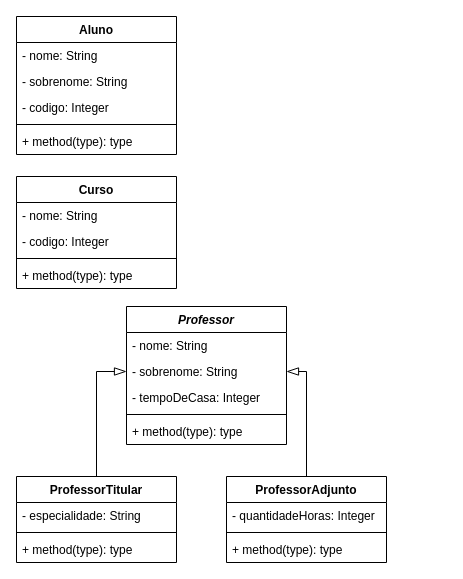
Earlier version of the draw.io diagram DesafioPOO-UML.drawio (diogenesistemas/DesafioPOO). Source tidied: cells renumbered, new cells numbered last; positions are measured from the earlier drawing's top-left corner, leaving out a move shared by most shapes. Both pictures are drawn from the tidied source at 100%, with x=0, y=0 at pixel (16, 16).
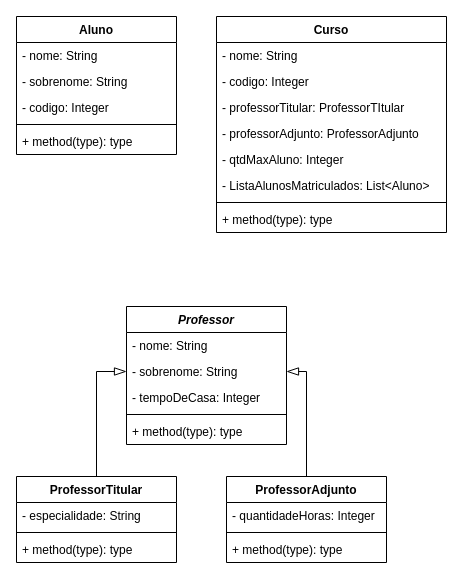
The same page after the edit.

Commit message:
Atualizando UML - Classe Aluno

The edit, as a diff of the source:
```diff
@@
     <mxCell id="8" value="Curso" style="swimlane;fontStyle=1;align=center;verticalAlign=top;horizontal=1;startSize=26;" parent="1" vertex="1">
-      <mxGeometry y="160" width="160" height="112" as="geometry" />
+      <mxGeometry x="200" width="230" height="216" as="geometry" />
     </mxCell>
     <mxCell id="9" value="- nome: String" style="text;strokeColor=none;fillColor=none;align=left;verticalAlign=top;spacingLeft=4;spacingRight=4;overflow=hidden;" parent="8" vertex="1">
-      <mxGeometry y="26" width="160" height="26" as="geometry" />
+      <mxGeometry y="26" width="230" height="26" as="geometry" />
     </mxCell>
     <mxCell id="10" value="- codigo: Integer" style="text;strokeColor=none;fillColor=none;align=left;verticalAlign=top;spacingLeft=4;spacingRight=4;overflow=hidden;" parent="8" vertex="1">
-      <mxGeometry y="52" width="160" height="26" as="geometry" />
+      <mxGeometry y="52" width="230" height="26" as="geometry" />
     </mxCell>
+    <mxCell id="29" value="- professorTitular: ProfessorTItular" style="text;strokeColor=none;fillColor=none;align=left;verticalAlign=top;spacingLeft=4;spacingRight=4;overflow=hidden;" parent="8" vertex="1">
+      <mxGeometry y="78" width="230" height="26" as="geometry" />
+    </mxCell>
+    <mxCell id="30" value="- professorAdjunto: ProfessorAdjunto" style="text;strokeColor=none;fillColor=none;align=left;verticalAlign=top;spacingLeft=4;spacingRight=4;overflow=hidden;" parent="8" vertex="1">
+      <mxGeometry y="104" width="230" height="26" as="geometry" />
+    </mxCell>
+    <mxCell id="31" value="- qtdMaxAluno: Integer" style="text;strokeColor=none;fillColor=none;align=left;verticalAlign=top;spacingLeft=4;spacingRight=4;overflow=hidden;" parent="8" vertex="1">
+      <mxGeometry y="130" width="230" height="26" as="geometry" />
+    </mxCell>
+    <mxCell id="32" value="- ListaAlunosMatriculados: List&lt;Aluno&gt;" style="text;strokeColor=none;fillColor=none;align=left;verticalAlign=top;spacingLeft=4;spacingRight=4;overflow=hidden;" parent="8" vertex="1">
+      <mxGeometry y="156" width="230" height="26" as="geometry" />
+    </mxCell>
     <mxCell id="11" style="line;strokeWidth=1;fillColor=none;align=left;verticalAlign=middle;spacingTop=-1;spacingLeft=3;spacingRight=3;labelPosition=right;" parent="8" vertex="1">
-      <mxGeometry y="78" width="160" height="8" as="geometry" />
+      <mxGeometry y="182" width="230" height="8" as="geometry" />
     </mxCell>
     <mxCell id="12" value="+ method(type): type" style="text;strokeColor=none;fillColor=none;align=left;verticalAlign=top;spacingLeft=4;spacingRight=4;overflow=hidden;" parent="8" vertex="1">
-      <mxGeometry y="86" width="160" height="26" as="geometry" />
+      <mxGeometry y="190" width="230" height="26" as="geometry" />
     </mxCell>
```
